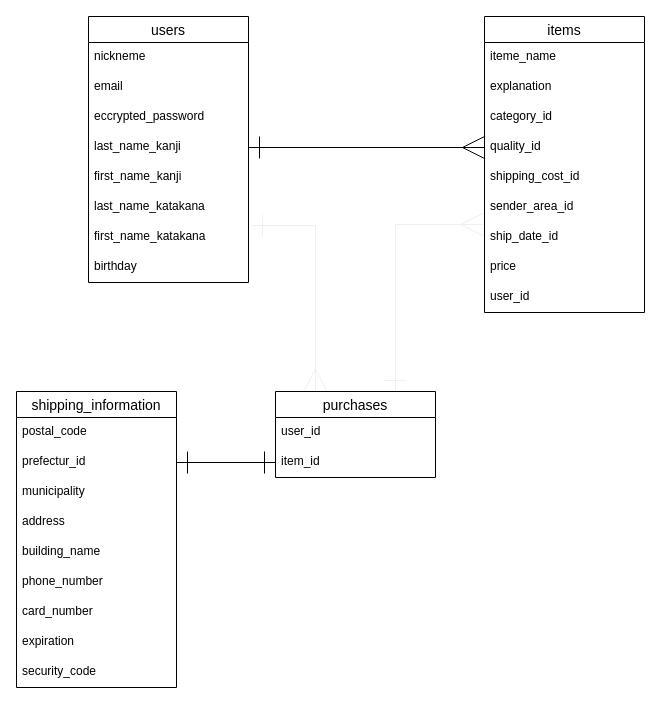
The draw.io diagram furima_er.dio in hiropon0218/furima-32509, before the edit. Source tidied: cells renumbered, new cells numbered last; positions are measured from the earlier drawing's top-left corner, leaving out a move shared by most shapes. Both pictures are drawn from the tidied source at 100%, with x=0, y=0 at pixel (16, 16).
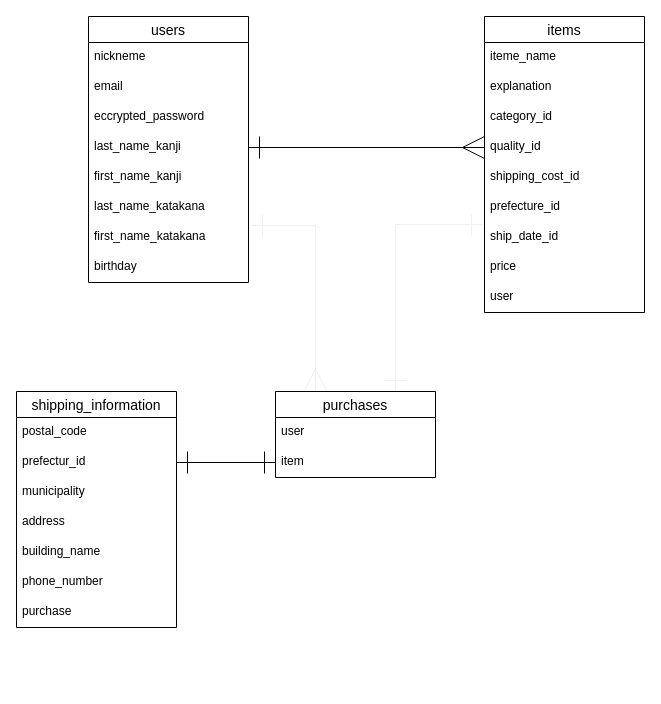
The same diagram, later.

The change refers to these unchanged cells:
```xml
<mxCell id="11" value="items" style="swimlane;fontStyle=0;horizontal=1;startSize=26;align=center;fontSize=14;" parent="1" vertex="1">
  <mxGeometry x="468" width="160" height="296" as="geometry" />
</mxCell>
<mxCell id="18" value="ship_date_id" style="text;strokeColor=none;fillColor=none;spacingLeft=4;spacingRight=4;overflow=hidden;points=[[0,0.5],[1,0.5]];portConstraint=eastwest;fontSize=12;" parent="11" vertex="1">
  <mxGeometry y="206" width="160" height="30" as="geometry" />
</mxCell>
<mxCell id="33" value="purchases" style="swimlane;fontStyle=0;horizontal=1;startSize=26;align=center;fontSize=14;" parent="1" vertex="1">
  <mxGeometry x="259" y="375" width="160" height="86" as="geometry" />
</mxCell>
```

What changed in the source:
```diff
@@
-    <mxCell id="17" value="sender_area_id" style="text;strokeColor=none;fillColor=none;spacingLeft=4;spacingRight=4;overflow=hidden;fontSize=12;" parent="11" vertex="1">
+    <mxCell id="17" value="prefecture_id" style="text;strokeColor=none;fillColor=none;spacingLeft=4;spacingRight=4;overflow=hidden;fontSize=12;" parent="11" vertex="1">
       <mxGeometry y="176" width="160" height="30" as="geometry" />
     </mxCell>
@@
-    <mxCell id="20" value="user_id" style="text;strokeColor=none;fillColor=none;spacingLeft=4;spacingRight=4;overflow=hidden;fontSize=12;" parent="11" vertex="1">
+    <mxCell id="20" value="user" style="text;strokeColor=none;fillColor=none;spacingLeft=4;spacingRight=4;overflow=hidden;fontSize=12;" parent="11" vertex="1">
       <mxGeometry y="266" width="160" height="30" as="geometry" />
     </mxCell>
     <mxCell id="21" value="shipping_information" style="swimlane;fontStyle=0;horizontal=1;startSize=26;align=center;fontSize=14;" parent="1" vertex="1">
-      <mxGeometry y="375" width="160" height="296" as="geometry" />
+      <mxGeometry y="375" width="160" height="236" as="geometry" />
     </mxCell>
@@
-    <mxCell id="28" value="card_number" style="text;strokeColor=none;fillColor=none;spacingLeft=4;spacingRight=4;overflow=hidden;fontSize=12;" parent="21" vertex="1">
-      <mxGeometry y="206" width="160" height="30" as="geometry" />
-    </mxCell>
-    <mxCell id="29" value="expiration" style="text;strokeColor=none;fillColor=none;spacingLeft=4;spacingRight=4;overflow=hidden;fontSize=12;" parent="21" vertex="1">
-      <mxGeometry y="236" width="160" height="30" as="geometry" />
-    </mxCell>
-    <mxCell id="30" value="security_code" style="text;strokeColor=none;fillColor=none;spacingLeft=4;spacingRight=4;overflow=hidden;fontSize=12;" parent="21" vertex="1">
-      <mxGeometry y="266" width="160" height="30" as="geometry" />
-    </mxCell>
+    <mxCell id="38" value="purchase" style="text;strokeColor=none;fillColor=none;spacingLeft=4;spacingRight=4;overflow=hidden;fontSize=12;" parent="21" vertex="1">
+      <mxGeometry y="206" width="160" height="30" as="geometry" />
+    </mxCell>
-    <mxCell id="31" style="edgeStyle=orthogonalEdgeStyle;rounded=0;jettySize=auto;html=1;exitX=0.75;exitY=0;exitDx=0;exitDy=0;endArrow=ERmany;endFill=0;endSize=20;strokeColor=#f0f0f0;strokeWidth=1;startArrow=ERone;startFill=0;startSize=20;entryX=-0.012;entryY=0.067;entryDx=0;entryDy=0;entryPerimeter=0;" parent="1" edge="1" source="33" target="18">
+    <mxCell id="31" style="edgeStyle=orthogonalEdgeStyle;rounded=0;jettySize=auto;html=1;exitX=0.75;exitY=0;exitDx=0;exitDy=0;endArrow=ERone;endFill=0;endSize=20;strokeColor=#f0f0f0;strokeWidth=1;startArrow=ERone;startFill=0;startSize=20;entryX=-0.012;entryY=0.067;entryDx=0;entryDy=0;entryPerimeter=0;" parent="1" edge="1" source="33" target="18">
       <mxGeometry relative="1" as="geometry">
         <Array as="points">
           <mxPoint x="379" y="208" />
         </Array>
       </mxGeometry>
     </mxCell>
@@
-    <mxCell id="34" value="user_id" style="text;strokeColor=none;fillColor=none;spacingLeft=4;spacingRight=4;overflow=hidden;fontSize=12;" parent="33" vertex="1">
+    <mxCell id="34" value="user" style="text;strokeColor=none;fillColor=none;spacingLeft=4;spacingRight=4;overflow=hidden;fontSize=12;" parent="33" vertex="1">
       <mxGeometry y="26" width="160" height="30" as="geometry" />
     </mxCell>
-    <mxCell id="35" value="item_id" style="text;strokeColor=none;fillColor=none;spacingLeft=4;spacingRight=4;overflow=hidden;points=[[0,0.5],[1,0.5]];portConstraint=eastwest;fontSize=12;" parent="33" vertex="1">
+    <mxCell id="35" value="item" style="text;strokeColor=none;fillColor=none;spacingLeft=4;spacingRight=4;overflow=hidden;points=[[0,0.5],[1,0.5]];portConstraint=eastwest;fontSize=12;" parent="33" vertex="1">
       <mxGeometry y="56" width="160" height="30" as="geometry" />
     </mxCell>
```
